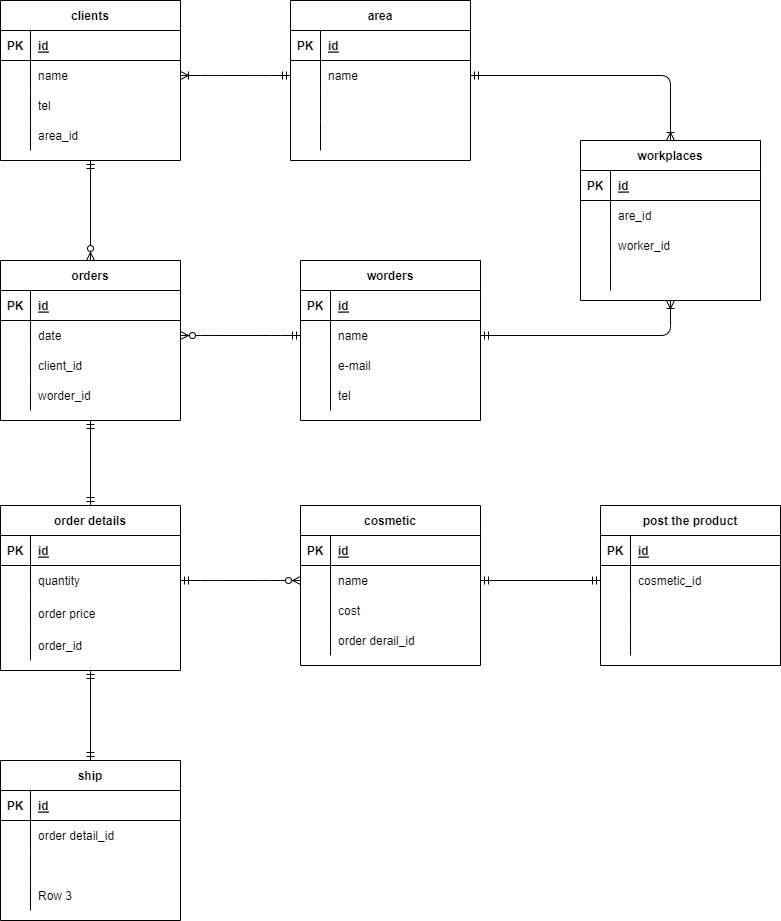
Above: index2.drawio.png in naotominato/20220608aso (draw.io), before the change. Source tidied: cells renumbered, new cells last; positions are measured from the earlier drawing's top-left corner, leaving out a move shared by most shapes.
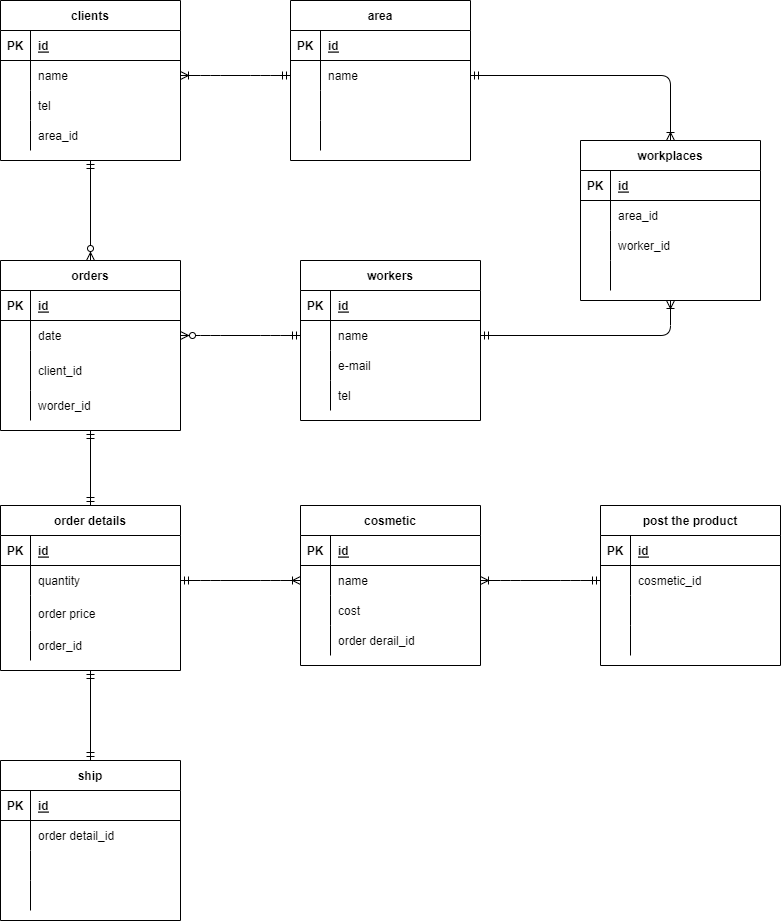
After the commit.

Change to the diagram source:
```diff
@@ -42,7 +42,7 @@
       <mxGeometry x="30" width="150" height="30" as="geometry" />
     </mxCell>
     <mxCell id="15" value="orders" style="shape=table;startSize=30;rowLines=0;fontStyle=1;align=center;" parent="1" vertex="1">
-      <mxGeometry y="260" width="180" height="160" as="geometry" />
+      <mxGeometry y="260" width="180" height="170" as="geometry" />
     </mxCell>
     <mxCell id="16" style="shape=partialRectangle;fillColor=none;top=0;left=0;bottom=1;right=0;" parent="15" vertex="1">
       <mxGeometry y="30" width="180" height="30" as="geometry" />
@@ -63,16 +63,16 @@
       <mxGeometry x="30" width="150" height="30" as="geometry" />
     </mxCell>
     <mxCell id="22" style="shape=partialRectangle;fillColor=none;top=0;left=0;bottom=0;right=0;" parent="15" vertex="1">
-      <mxGeometry y="90" width="180" height="30" as="geometry" />
+      <mxGeometry y="90" width="180" height="40" as="geometry" />
     </mxCell>
     <mxCell id="23" style="shape=partialRectangle;fillColor=none;top=0;left=0;bottom=0;right=0;overflow=hidden;" parent="22" vertex="1">
-      <mxGeometry width="30" height="30" as="geometry" />
+      <mxGeometry width="30" height="40" as="geometry" />
     </mxCell>
     <mxCell id="24" value="client_id" style="shape=partialRectangle;fillColor=none;top=0;left=0;bottom=0;right=0;align=left;spacingLeft=6;overflow=hidden;" parent="22" vertex="1">
-      <mxGeometry x="30" width="150" height="30" as="geometry" />
+      <mxGeometry x="30" width="150" height="40" as="geometry" />
     </mxCell>
     <mxCell id="25" style="shape=partialRectangle;fillColor=none;top=0;left=0;bottom=0;right=0;" parent="15" vertex="1">
-      <mxGeometry y="120" width="180" height="30" as="geometry" />
+      <mxGeometry y="130" width="180" height="30" as="geometry" />
     </mxCell>
     <mxCell id="26" style="shape=partialRectangle;fillColor=none;top=0;left=0;bottom=0;right=0;overflow=hidden;" parent="25" vertex="1">
       <mxGeometry width="30" height="30" as="geometry" />
@@ -215,7 +215,7 @@
     <mxCell id="72" style="shape=partialRectangle;fillColor=none;top=0;left=0;bottom=0;right=0;overflow=hidden;" parent="71" vertex="1">
       <mxGeometry width="30" height="30" as="geometry" />
     </mxCell>
-    <mxCell id="73" value="are_id" style="shape=partialRectangle;fillColor=none;top=0;left=0;bottom=0;right=0;align=left;spacingLeft=6;overflow=hidden;" parent="71" vertex="1">
+    <mxCell id="73" value="area_id" style="shape=partialRectangle;fillColor=none;top=0;left=0;bottom=0;right=0;align=left;spacingLeft=6;overflow=hidden;" parent="71" vertex="1">
       <mxGeometry x="30" width="150" height="30" as="geometry" />
     </mxCell>
     <mxCell id="74" style="shape=partialRectangle;fillColor=none;top=0;left=0;bottom=0;right=0;" parent="67" vertex="1">
@@ -236,7 +236,7 @@
     <mxCell id="79" style="shape=partialRectangle;fillColor=none;top=0;left=0;bottom=0;right=0;align=left;spacingLeft=6;overflow=hidden;" parent="77" vertex="1">
       <mxGeometry x="30" width="150" height="30" as="geometry" />
     </mxCell>
-    <mxCell id="80" value="worders" style="shape=table;startSize=30;rowLines=0;fontStyle=1;align=center;" parent="1" vertex="1">
+    <mxCell id="80" value="workers" style="shape=table;startSize=30;rowLines=0;fontStyle=1;align=center;" parent="1" vertex="1">
       <mxGeometry x="300" y="260" width="180" height="160" as="geometry" />
     </mxCell>
     <mxCell id="81" style="shape=partialRectangle;fillColor=none;top=0;left=0;bottom=1;right=0;" parent="80" vertex="1">
@@ -311,7 +311,7 @@
     <mxCell id="104" style="shape=partialRectangle;fillColor=none;top=0;left=0;bottom=0;right=0;overflow=hidden;" parent="103" vertex="1">
       <mxGeometry width="30" height="30" as="geometry" />
     </mxCell>
-    <mxCell id="105" value="Row 3" style="shape=partialRectangle;fillColor=none;top=0;left=0;bottom=0;right=0;align=left;spacingLeft=6;overflow=hidden;" parent="103" vertex="1">
+    <mxCell id="105" style="shape=partialRectangle;fillColor=none;top=0;left=0;bottom=0;right=0;align=left;spacingLeft=6;overflow=hidden;" parent="103" vertex="1">
       <mxGeometry x="30" width="150" height="30" as="geometry" />
     </mxCell>
     <mxCell id="106" value="post the product" style="shape=table;startSize=30;rowLines=0;fontStyle=1;align=center;" parent="1" vertex="1">
@@ -371,16 +371,14 @@
     <mxCell id="124" style="fontSize=12;html=1;endArrow=ERmandOne;startArrow=ERmandOne;entryX=0.5;entryY=1;entryDx=0;entryDy=0;exitX=0.5;exitY=0;exitDx=0;exitDy=0;" parent="1" edge="1" source="41" target="15">
       <mxGeometry relative="1" as="geometry" />
     </mxCell>
+    <mxCell id="127" style="fontSize=12;html=1;endArrow=ERmandOne;startArrow=ERmandOne;entryX=0.5;entryY=0;entryDx=0;entryDy=0;exitX=0.5;exitY=1;exitDx=0;exitDy=0;" parent="1" edge="1" source="41" target="93">
+      <mxGeometry relative="1" as="geometry" />
+    </mxCell>
-    <mxCell id="125" style="edgeStyle=entityRelationEdgeStyle;fontSize=12;html=1;endArrow=ERzeroToMany;startArrow=ERmandOne;entryX=0;entryY=0.5;entryDx=0;entryDy=0;exitX=1;exitY=0.5;exitDx=0;exitDy=0;" parent="1" edge="1" source="45" target="32">
+    <mxCell id="125" style="edgeStyle=entityRelationEdgeStyle;fontSize=12;html=1;endArrow=ERoneToMany;startArrow=ERmandOne;entryX=0;entryY=0.5;entryDx=0;entryDy=0;exitX=1;exitY=0.5;exitDx=0;exitDy=0;" parent="1" edge="1" source="45" target="32">
       <mxGeometry relative="1" as="geometry" />
     </mxCell>
-    <mxCell id="126" style="fontSize=12;html=1;endArrow=ERmandOne;startArrow=ERmandOne;exitX=1;exitY=0.5;exitDx=0;exitDy=0;" parent="1" edge="1" source="32">
-      <mxGeometry relative="1" as="geometry">
-        <mxPoint x="600" y="580" as="targetPoint" />
-      </mxGeometry>
-    </mxCell>
-    <mxCell id="127" style="fontSize=12;html=1;endArrow=ERmandOne;startArrow=ERmandOne;entryX=0.5;entryY=0;entryDx=0;entryDy=0;exitX=0.5;exitY=1;exitDx=0;exitDy=0;" parent="1" edge="1" source="41" target="93">
-      <mxGeometry relative="1" as="geometry" />
-    </mxCell>
+    <mxCell id="128" style="edgeStyle=entityRelationEdgeStyle;fontSize=12;html=1;endArrow=ERoneToMany;startArrow=ERmandOne;entryX=1;entryY=0.5;entryDx=0;entryDy=0;exitX=0;exitY=0.5;exitDx=0;exitDy=0;" parent="1" edge="1" source="110" target="32">
+      <mxGeometry relative="1" as="geometry" />
+    </mxCell>
   </root>
 </mxGraphModel>
```
